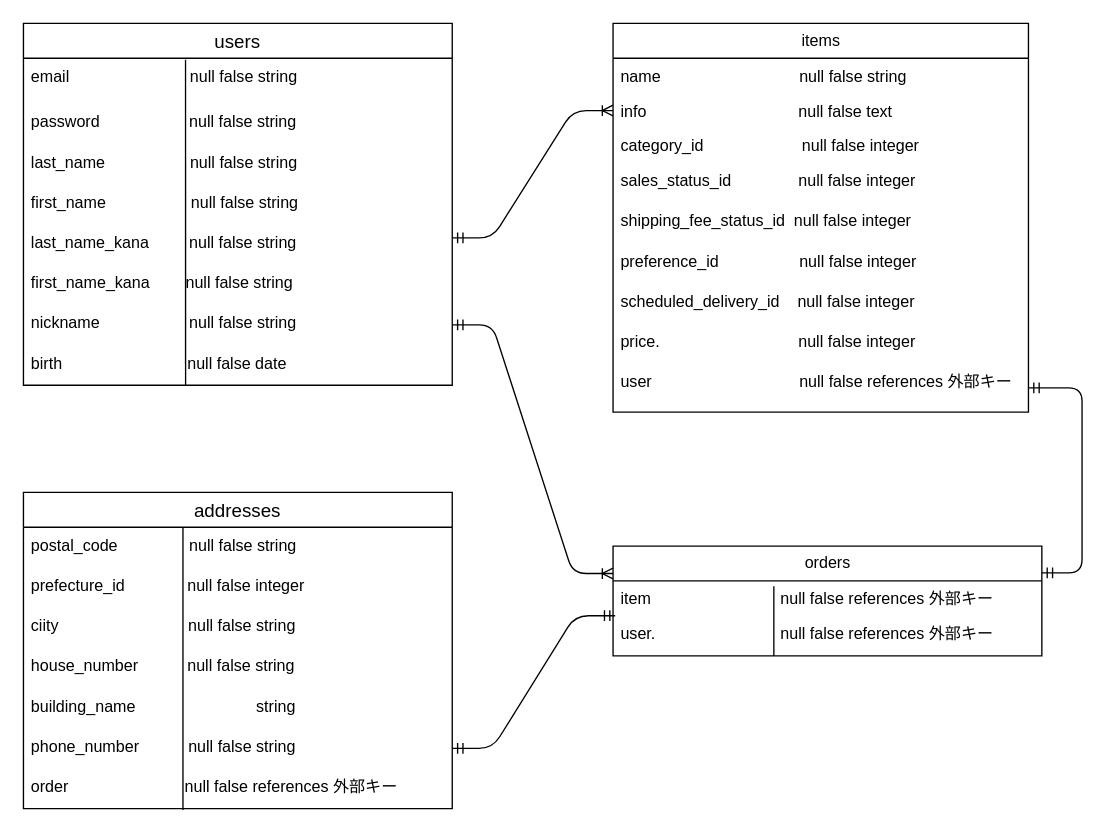
This is furima38723.dio from sorakanda/furima-38723, a draw.io file, before an edit. Source tidied: cells renumbered, new cells numbered last; positions are measured from the earlier drawing's top-left corner, leaving out a move shared by most shapes. Both pictures are drawn from the tidied source at 134%, with x=0, y=0 at pixel (23, 23).
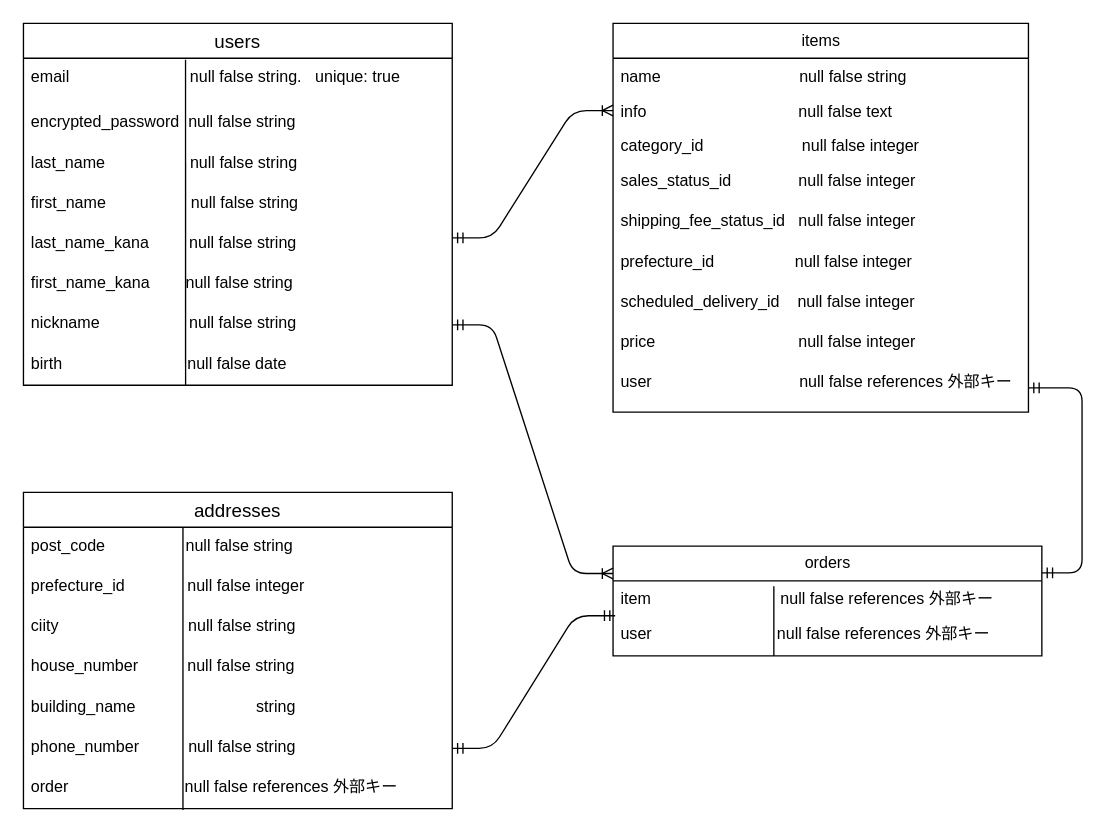
After the change.

Commit message:
テーブル設計修正６

Unchanged cells that the change refers to:
```xml
<mxCell id="2" value="users" style="swimlane;fontStyle=0;horizontal=1;startSize=26;align=center;fontSize=14;" parent="1" vertex="1">
  <mxGeometry width="320" height="270" as="geometry" />
</mxCell>
<mxCell id="13" value="items" style="swimlane;fontStyle=0;horizontal=1;startSize=26;fillColor=none;html=1;" parent="1" vertex="1">
  <mxGeometry x="440" width="310" height="290" as="geometry" />
</mxCell>
<mxCell id="24" value="orders" style="swimlane;fontStyle=0;horizontal=1;startSize=26;fillColor=none;html=1;" parent="1" vertex="1">
  <mxGeometry x="440" y="390" width="320" height="82" as="geometry" />
</mxCell>
<mxCell id="28" value="addresses" style="swimlane;fontStyle=0;horizontal=1;startSize=26;align=center;fontSize=14;" parent="1" vertex="1">
  <mxGeometry y="350" width="320" height="236" as="geometry" />
</mxCell>
```

Diff of the diagram source:
```diff
@@
-    <mxCell id="3" value="email                           null false string" style="text;strokeColor=none;fillColor=none;spacingLeft=4;spacingRight=4;overflow=hidden;points=[[0,0.5],[1,0.5]];portConstraint=eastwest;fontSize=12;" parent="2" vertex="1">
+    <mxCell id="3" value="email                           null false string.   unique: true" style="text;strokeColor=none;fillColor=none;spacingLeft=4;spacingRight=4;overflow=hidden;points=[[0,0.5],[1,0.5]];portConstraint=eastwest;fontSize=12;" parent="2" vertex="1">
       <mxGeometry y="26" width="320" height="34" as="geometry" />
     </mxCell>
-    <mxCell id="4" value="password                    null false string" style="text;strokeColor=none;fillColor=none;spacingLeft=4;spacingRight=4;overflow=hidden;fontSize=12;" parent="2" vertex="1">
+    <mxCell id="4" value="encrypted_password  null false string" style="text;strokeColor=none;fillColor=none;spacingLeft=4;spacingRight=4;overflow=hidden;fontSize=12;" parent="2" vertex="1">
       <mxGeometry y="60" width="320" height="30" as="geometry" />
     </mxCell>
@@
-    <mxCell id="18" value="shipping_fee_status_id  null false integer" style="text;strokeColor=none;fillColor=none;spacingLeft=4;spacingRight=4;overflow=hidden;points=[[0,0.5],[1,0.5]];portConstraint=eastwest;fontSize=12;" parent="13" vertex="1">
+    <mxCell id="18" value="shipping_fee_status_id   null false integer" style="text;strokeColor=none;fillColor=none;spacingLeft=4;spacingRight=4;overflow=hidden;points=[[0,0.5],[1,0.5]];portConstraint=eastwest;fontSize=12;" parent="13" vertex="1">
       <mxGeometry y="134" width="310" height="30" as="geometry" />
     </mxCell>
-    <mxCell id="19" value="preference_id                  null false integer" style="text;strokeColor=none;fillColor=none;spacingLeft=4;spacingRight=4;overflow=hidden;fontSize=12;" parent="13" vertex="1">
+    <mxCell id="19" value="prefecture_id                  null false integer" style="text;strokeColor=none;fillColor=none;spacingLeft=4;spacingRight=4;overflow=hidden;fontSize=12;" parent="13" vertex="1">
       <mxGeometry y="164" width="310" height="30" as="geometry" />
     </mxCell>
@@
-    <mxCell id="21" value="price.                               null false integer" style="text;strokeColor=none;fillColor=none;spacingLeft=4;spacingRight=4;overflow=hidden;fontSize=12;" parent="13" vertex="1">
+    <mxCell id="21" value="price                                null false integer" style="text;strokeColor=none;fillColor=none;spacingLeft=4;spacingRight=4;overflow=hidden;fontSize=12;" parent="13" vertex="1">
       <mxGeometry y="224" width="310" height="30" as="geometry" />
     </mxCell>
@@
-    <mxCell id="26" value="user.                            null false references 外部キー" style="text;strokeColor=none;fillColor=none;spacingLeft=4;spacingRight=4;overflow=hidden;points=[[0,0.5],[1,0.5]];portConstraint=eastwest;fontSize=12;" parent="24" vertex="1">
+    <mxCell id="26" value="user                            null false references 外部キー" style="text;strokeColor=none;fillColor=none;spacingLeft=4;spacingRight=4;overflow=hidden;points=[[0,0.5],[1,0.5]];portConstraint=eastwest;fontSize=12;" parent="24" vertex="1">
       <mxGeometry y="52" width="320" height="30" as="geometry" />
     </mxCell>
@@
-    <mxCell id="29" value="postal_code                null false string" style="text;strokeColor=none;fillColor=none;spacingLeft=4;spacingRight=4;overflow=hidden;points=[[0,0.5],[1,0.5]];portConstraint=eastwest;fontSize=12;" parent="28" vertex="1">
+    <mxCell id="29" value="post_code                  null false string" style="text;strokeColor=none;fillColor=none;spacingLeft=4;spacingRight=4;overflow=hidden;points=[[0,0.5],[1,0.5]];portConstraint=eastwest;fontSize=12;" parent="28" vertex="1">
       <mxGeometry y="26" width="320" height="30" as="geometry" />
     </mxCell>
```
